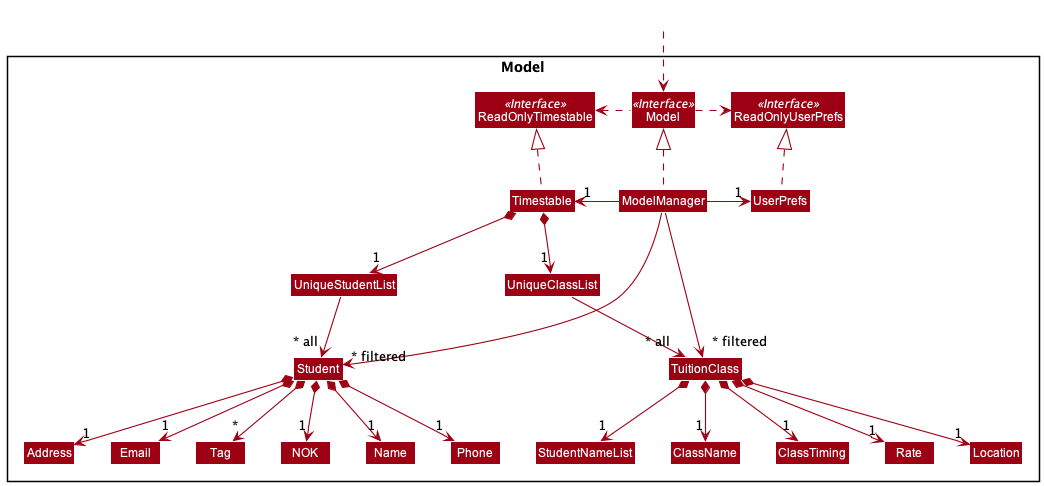
Above: docs/images/ModelClassDiagram.png in softmagnet/tp (PlantUML), before the change.
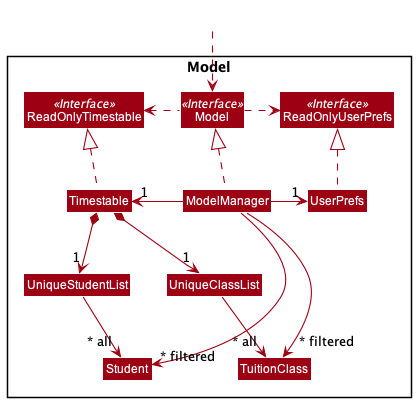
The same file after the commit.

Commit message:
split model class diagram and change find command diagram to be of correct style

The edit, as a diff of the source:
```diff
@@ -15,24 +15,11 @@
 Class UserPrefs
 Class ReadOnlyUserPrefs
 
-
-
 Class UniqueStudentList
 Class Student
-Class Address
-Class Email
-Class Name
-Class Phone
-Class Tag
-Class NOK
 
 Class UniqueClassList
 Class TuitionClass
-Class ClassName
-Class ClassTiming
-Class Rate
-Class Location
-Class StudentNameList
 
 }
 
@@ -50,25 +37,9 @@
 
 Timestable *--> "1" UniqueStudentList
 UniqueStudentList --> "~* all" Student
-Student *--> "1" Name
-Student *--> "1" Phone
-Student *--> "1" Email
-Student *--> "1" Address
-Student *--> "*" Tag
-Student *--> "1" NOK
 
 Timestable *--> "1" UniqueClassList
 UniqueClassList --> "~* all" TuitionClass
-TuitionClass *--> "1" ClassName
-TuitionClass *--> "1" ClassTiming
-TuitionClass *--> "1" Rate
-TuitionClass *--> "1" Location
-TuitionClass *--> "1" StudentNameList
-
-
-Name -[hidden]right-> Phone
-Phone -[hidden]right-> Address
-Address -[hidden]right-> Email
 
 ModelManager -->"~* filtered" Student
 ModelManager -->"~* filtered" TuitionClass
```
